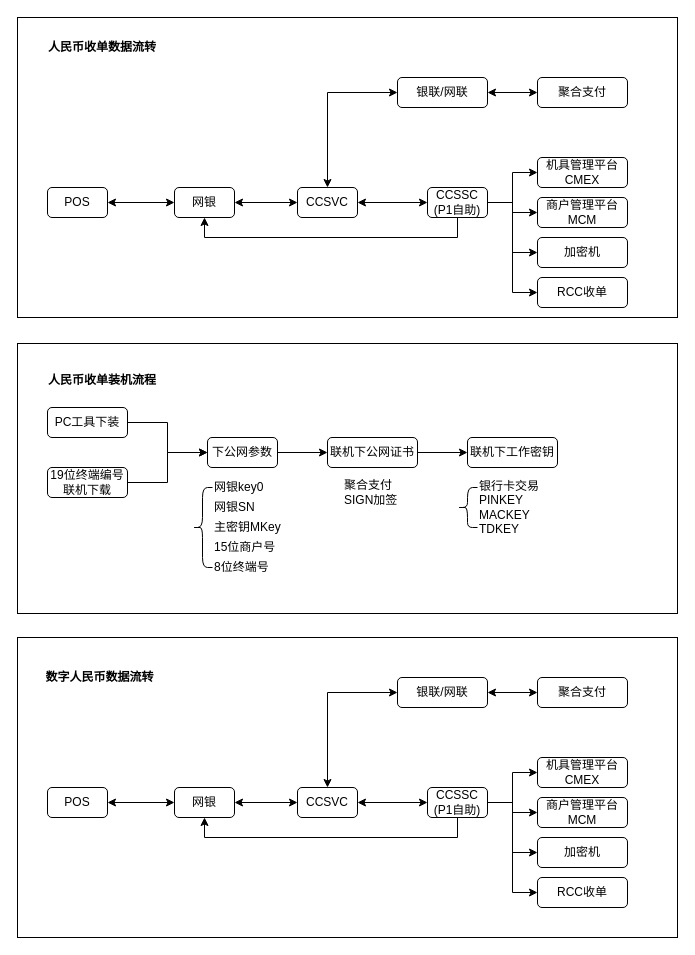
This is KeyStruct-FT.drawio from xin78693304/mycharts, a draw.io file, before an edit. Source tidied: cells renumbered, new cells numbered last; positions are measured from the earlier drawing's top-left corner, leaving out a move shared by most shapes. Both pictures are drawn from the tidied source at 100%, with x=0, y=0 at pixel (17, 17).
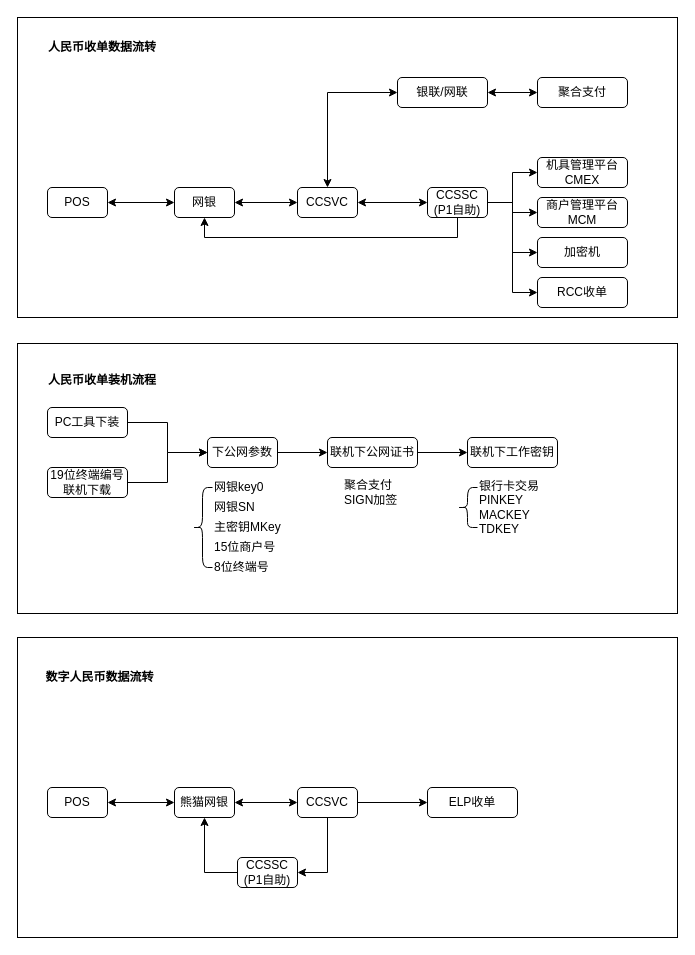
After the change.

The change refers to these unchanged cells:
```xml
<mxCell id="51" value="CCSVC" style="rounded=1;whiteSpace=wrap;html=1;" parent="1" vertex="1">
  <mxGeometry x="280" y="770" width="60" height="30" as="geometry" />
</mxCell>
```

Change to the diagram source:
```diff
@@
-    <mxCell id="48" value="网银" style="rounded=1;whiteSpace=wrap;html=1;" parent="1" vertex="1">
+    <mxCell id="48" value="熊猫网银" style="rounded=1;whiteSpace=wrap;html=1;" parent="1" vertex="1">
       <mxGeometry x="157" y="770" width="60" height="30" as="geometry" />
     </mxCell>
-    <mxCell id="49" style="edgeStyle=orthogonalEdgeStyle;rounded=0;jettySize=auto;html=1;startArrow=classic;startFill=1;" parent="1" edge="1" source="51" target="57">
+    <mxCell id="49" style="edgeStyle=orthogonalEdgeStyle;rounded=0;jettySize=auto;html=1;startArrow=none;startFill=0;entryX=1;entryY=0.5;entryDx=0;entryDy=0;" parent="1" edge="1" source="51" target="57">
       <mxGeometry relative="1" as="geometry" />
     </mxCell>
-    <mxCell id="50" style="edgeStyle=orthogonalEdgeStyle;rounded=0;jettySize=auto;html=1;entryX=0;entryY=0.5;entryDx=0;entryDy=0;startArrow=classic;startFill=1;" parent="1" edge="1" source="51" target="64">
-      <mxGeometry relative="1" as="geometry">
-        <Array as="points">
-          <mxPoint x="310" y="675" />
-        </Array>
-      </mxGeometry>
+    <mxCell id="50" style="edgeStyle=none;rounded=1;jettySize=auto;html=1;startArrow=none;startFill=0;strokeColor=#000000;strokeWidth=1;" parent="1" edge="1" source="51" target="64">
+      <mxGeometry relative="1" as="geometry" />
     </mxCell>
@@
-    <mxCell id="52" style="edgeStyle=orthogonalEdgeStyle;rounded=0;jettySize=auto;html=1;entryX=0.5;entryY=1;entryDx=0;entryDy=0;" parent="1" edge="1" source="57" target="48">
+    <mxCell id="52" style="edgeStyle=orthogonalEdgeStyle;rounded=0;jettySize=auto;html=1;entryX=0.5;entryY=1;entryDx=0;entryDy=0;exitX=0;exitY=0.5;exitDx=0;exitDy=0;" parent="1" edge="1" source="57" target="48">
       <mxGeometry relative="1" as="geometry">
         <Array as="points">
-          <mxPoint x="440" y="820" />
-          <mxPoint x="187" y="820" />
+          <mxPoint x="187" y="855" />
         </Array>
       </mxGeometry>
     </mxCell>
-    <mxCell id="53" style="edgeStyle=orthogonalEdgeStyle;rounded=0;jettySize=auto;html=1;entryX=0;entryY=0.5;entryDx=0;entryDy=0;" parent="1" edge="1" source="57" target="59">
-      <mxGeometry relative="1" as="geometry" />
-    </mxCell>
-    <mxCell id="54" style="edgeStyle=orthogonalEdgeStyle;rounded=0;jettySize=auto;html=1;entryX=0;entryY=0.5;entryDx=0;entryDy=0;" parent="1" edge="1" source="57" target="60">
-      <mxGeometry relative="1" as="geometry" />
-    </mxCell>
-    <mxCell id="55" style="edgeStyle=orthogonalEdgeStyle;rounded=0;jettySize=auto;html=1;entryX=0;entryY=0.5;entryDx=0;entryDy=0;" parent="1" edge="1" source="57" target="61">
-      <mxGeometry relative="1" as="geometry" />
-    </mxCell>
-    <mxCell id="56" style="edgeStyle=orthogonalEdgeStyle;rounded=0;jettySize=auto;html=1;entryX=0;entryY=0.5;entryDx=0;entryDy=0;" parent="1" edge="1" source="57" target="62">
-      <mxGeometry relative="1" as="geometry" />
-    </mxCell>
     <mxCell id="57" value="CCSSC&lt;br&gt;(P1自助)" style="rounded=1;whiteSpace=wrap;html=1;" parent="1" vertex="1">
-      <mxGeometry x="410" y="770" width="60" height="30" as="geometry" />
+      <mxGeometry x="220" y="840" width="60" height="30" as="geometry" />
     </mxCell>
@@
-    <mxCell id="59" value="机具管理平台CMEX" style="rounded=1;whiteSpace=wrap;html=1;" parent="1" vertex="1">
-      <mxGeometry x="520" y="740" width="90" height="30" as="geometry" />
-    </mxCell>
-    <mxCell id="60" value="商户管理平台MCM" style="rounded=1;whiteSpace=wrap;html=1;" parent="1" vertex="1">
-      <mxGeometry x="520" y="780" width="90" height="30" as="geometry" />
-    </mxCell>
-    <mxCell id="61" value="加密机" style="rounded=1;whiteSpace=wrap;html=1;" parent="1" vertex="1">
-      <mxGeometry x="520" y="820" width="90" height="30" as="geometry" />
-    </mxCell>
-    <mxCell id="62" value="RCC收单" style="rounded=1;whiteSpace=wrap;html=1;" parent="1" vertex="1">
-      <mxGeometry x="520" y="860" width="90" height="30" as="geometry" />
-    </mxCell>
-    <mxCell id="63" style="edgeStyle=orthogonalEdgeStyle;rounded=0;jettySize=auto;html=1;entryX=0;entryY=0.5;entryDx=0;entryDy=0;startArrow=classic;startFill=1;" parent="1" edge="1" source="64" target="65">
-      <mxGeometry relative="1" as="geometry" />
-    </mxCell>
-    <mxCell id="64" value="银联/网联" style="rounded=1;whiteSpace=wrap;html=1;" parent="1" vertex="1">
-      <mxGeometry x="380" y="660" width="90" height="30" as="geometry" />
+    <mxCell id="64" value="ELP收单" style="rounded=1;whiteSpace=wrap;html=1;" parent="1" vertex="1">
+      <mxGeometry x="410" y="770" width="90" height="30" as="geometry" />
     </mxCell>
-    <mxCell id="65" value="聚合支付" style="rounded=1;whiteSpace=wrap;html=1;" parent="1" vertex="1">
-      <mxGeometry x="520" y="660" width="90" height="30" as="geometry" />
-    </mxCell>
```
